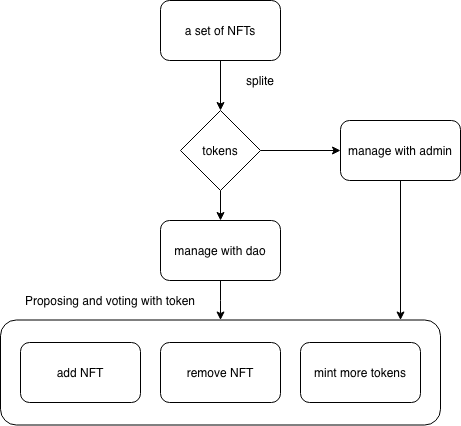
This is public/images/nft_dao.png from Starry-Network/frontend_mvp, a draw.io export, as it was before one commit. Source tidied: cells renumbered, new cells last; positions are measured from the earlier drawing's top-left corner, leaving out a move shared by most shapes.
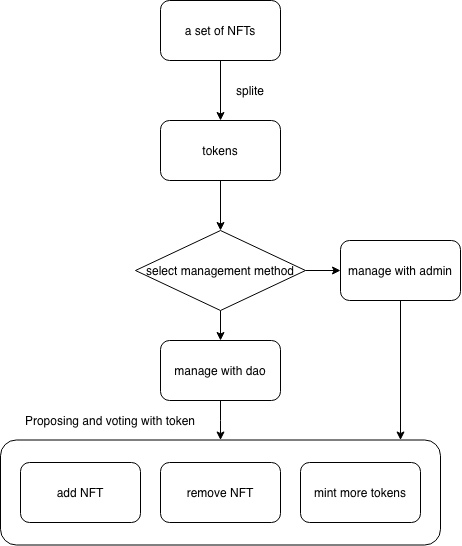
The same diagram one commit later.

Commit message:
update nft dao image

What changed in the source:
```diff
@@ -7,11 +7,11 @@
         <mxPoint x="220" y="110" as="targetPoint" />
       </mxGeometry>
     </mxCell>
-    <mxCell id="3" value="&lt;span&gt;a set of NFTs&lt;/span&gt;" style="rounded=1;whiteSpace=wrap;html=1;" parent="1" vertex="1">
+    <mxCell id="3" value="tokens" style="rounded=1;whiteSpace=wrap;html=1;" parent="1" vertex="1">
       <mxGeometry x="160" width="120" height="60" as="geometry" />
     </mxCell>
     <mxCell id="4" value="splite" style="text;html=1;strokeColor=none;fillColor=none;align=center;verticalAlign=middle;whiteSpace=wrap;rounded=0;" parent="1" vertex="1">
-      <mxGeometry x="240" y="70" width="40" height="20" as="geometry" />
+      <mxGeometry x="230" y="-40" width="40" height="20" as="geometry" />
     </mxCell>
     <mxCell id="5" style="edgeStyle=orthogonalEdgeStyle;rounded=0;jettySize=auto;html=1;" parent="1" edge="1" source="7" target="11">
       <mxGeometry relative="1" as="geometry" />
@@ -19,8 +19,8 @@
     <mxCell id="6" style="edgeStyle=orthogonalEdgeStyle;rounded=0;jettySize=auto;html=1;" parent="1" edge="1" source="7" target="9">
       <mxGeometry relative="1" as="geometry" />
     </mxCell>
-    <mxCell id="7" value="&lt;span&gt;tokens&lt;/span&gt;" style="rhombus;whiteSpace=wrap;html=1;" parent="1" vertex="1">
-      <mxGeometry x="180" y="110" width="80" height="80" as="geometry" />
+    <mxCell id="7" value="&lt;span&gt;select management method&lt;/span&gt;" style="rhombus;whiteSpace=wrap;html=1;" parent="1" vertex="1">
+      <mxGeometry x="135" y="110" width="170" height="80" as="geometry" />
     </mxCell>
     <mxCell id="8" style="edgeStyle=orthogonalEdgeStyle;rounded=0;jettySize=auto;html=1;" parent="1" edge="1" source="9">
       <mxGeometry relative="1" as="geometry">
@@ -51,5 +51,11 @@
     <mxCell id="16" value="Proposing and voting with token" style="text;html=1;strokeColor=none;fillColor=none;align=center;verticalAlign=middle;whiteSpace=wrap;rounded=0;" parent="1" vertex="1">
       <mxGeometry x="10" y="290" width="200" height="20" as="geometry" />
     </mxCell>
+    <mxCell id="17" style="edgeStyle=orthogonalEdgeStyle;rounded=0;jettySize=auto;html=1;" parent="1" edge="1" source="18" target="3">
+      <mxGeometry relative="1" as="geometry" />
+    </mxCell>
+    <mxCell id="18" value="&lt;span&gt;a set of NFTs&lt;/span&gt;" style="rounded=1;whiteSpace=wrap;html=1;" parent="1" vertex="1">
+      <mxGeometry x="160" y="-120" width="120" height="60" as="geometry" />
+    </mxCell>
   </root>
 </mxGraphModel>
```
